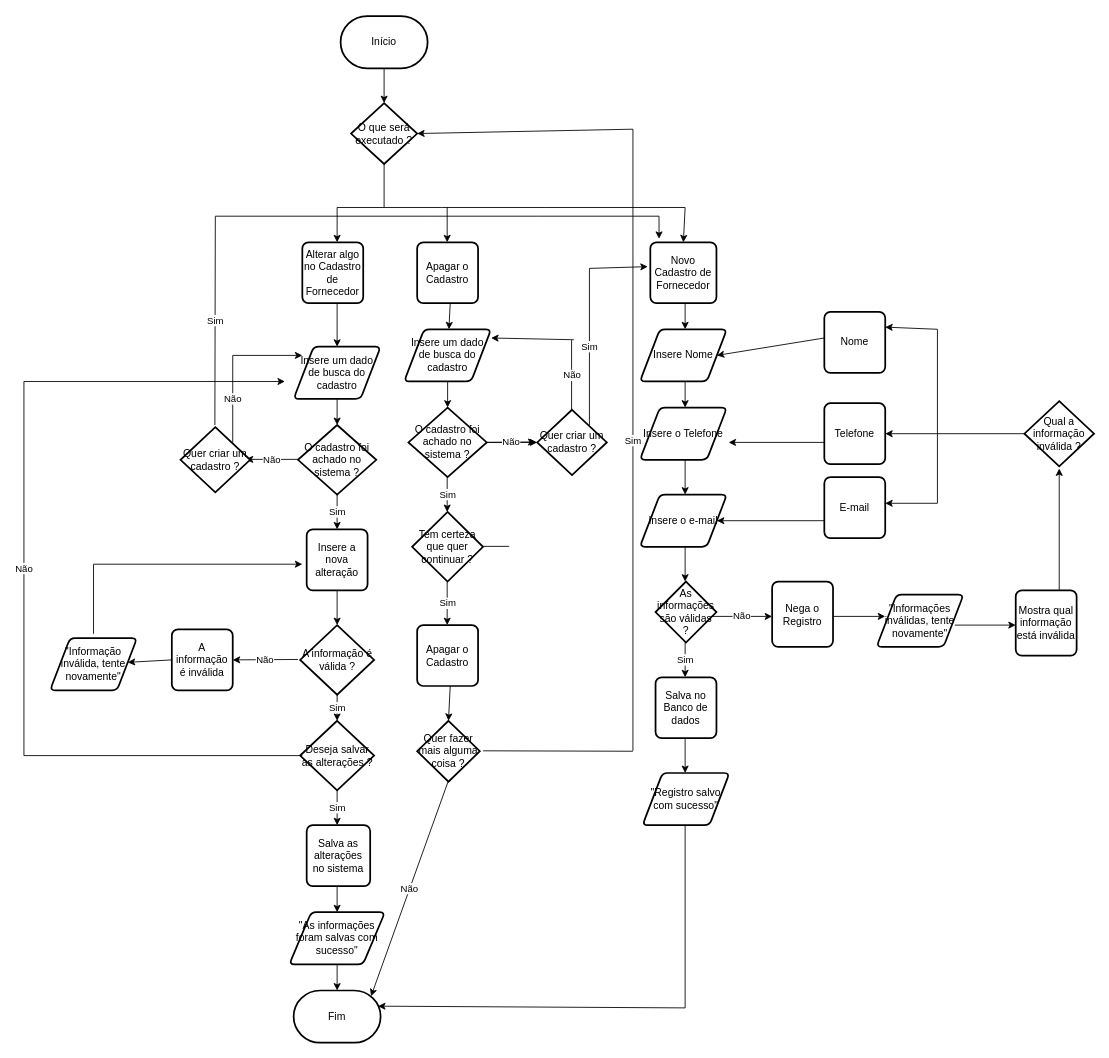
Before: page "Cadastro-de-Fornecedor" (4 of 10) of DOC/Fluxograma.drawio in GuilhermeIgarashi7/avatar-Fluxograma, a draw.io diagram. Source tidied: cells renumbered, new cells numbered last; positions are measured from the earlier drawing's top-left corner, leaving out a move shared by most shapes. Both pictures are drawn from the tidied source at 87%, with x=0, y=0 at pixel (23, 16).
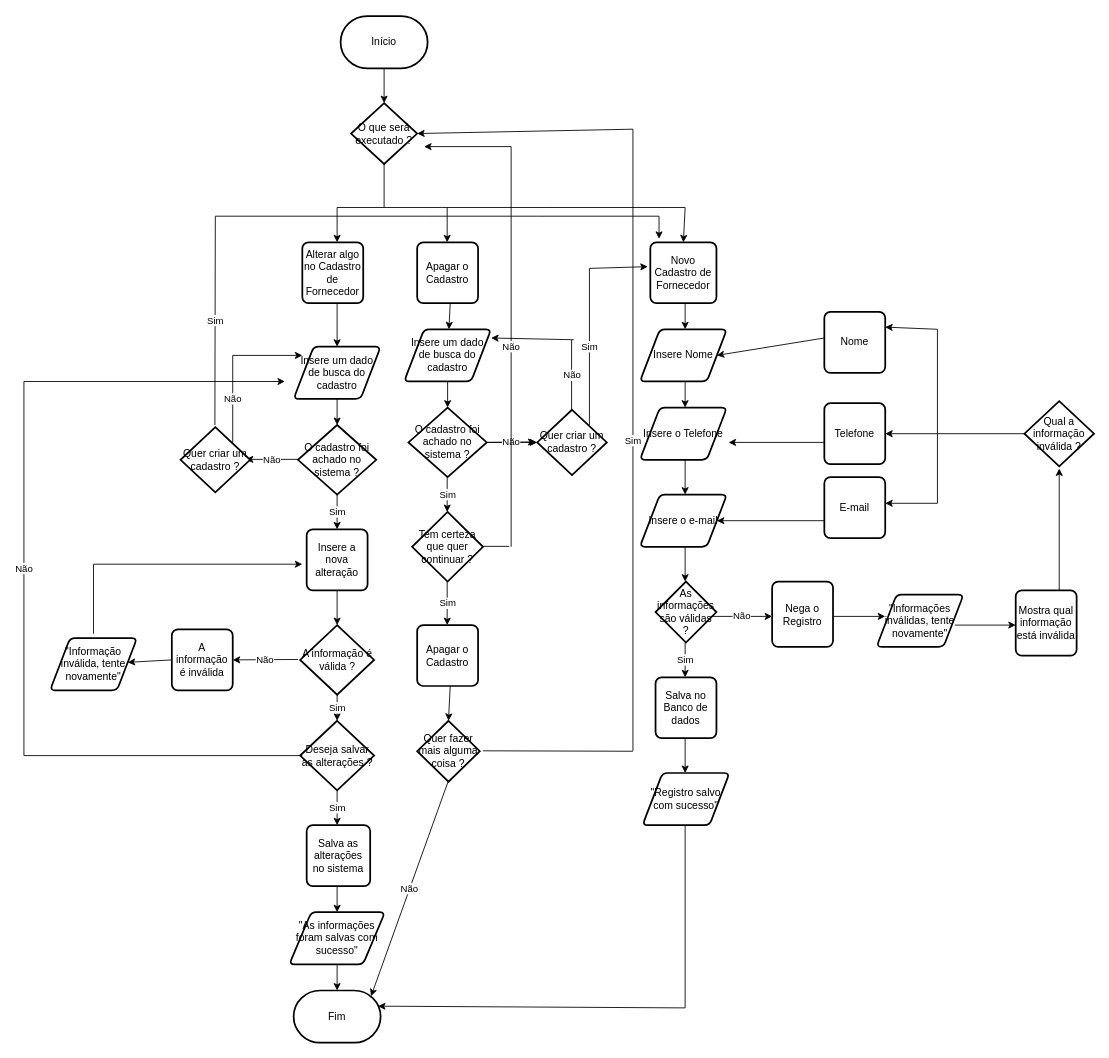
The same page after the edit.

The edit, as a diff of the source:
```diff
@@
+    <mxCell id="105" value="Não" style="endArrow=none;html=1;rounded=0;" parent="1" edge="1">
+      <mxGeometry relative="1" as="geometry">
+        <mxPoint x="560" y="610" as="sourcePoint" />
+        <mxPoint x="560" y="150" as="targetPoint" />
+      </mxGeometry>
+    </mxCell>
+    <mxCell id="106" style="endArrow=classic;html=1;rounded=0;" parent="1" edge="1">
+      <mxGeometry relative="1" as="geometry">
+        <mxPoint x="560" y="150" as="sourcePoint" />
+        <mxPoint x="460" y="150" as="targetPoint" />
+      </mxGeometry>
+    </mxCell>
```
